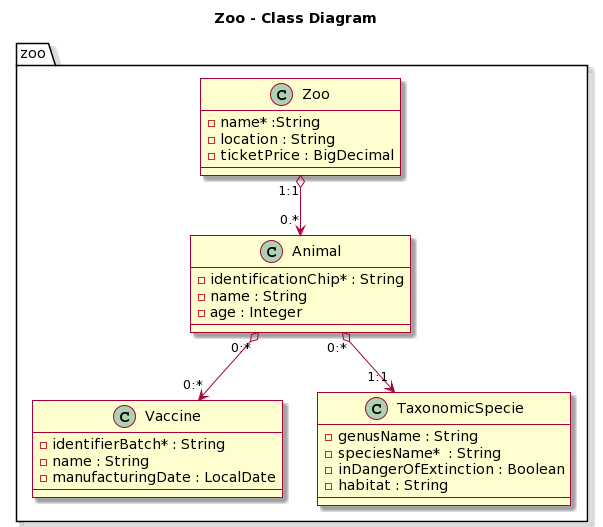
Above: docs/zoo.models.png in wzzzzwwzw/apaw-practice (PlantUML), before the change.
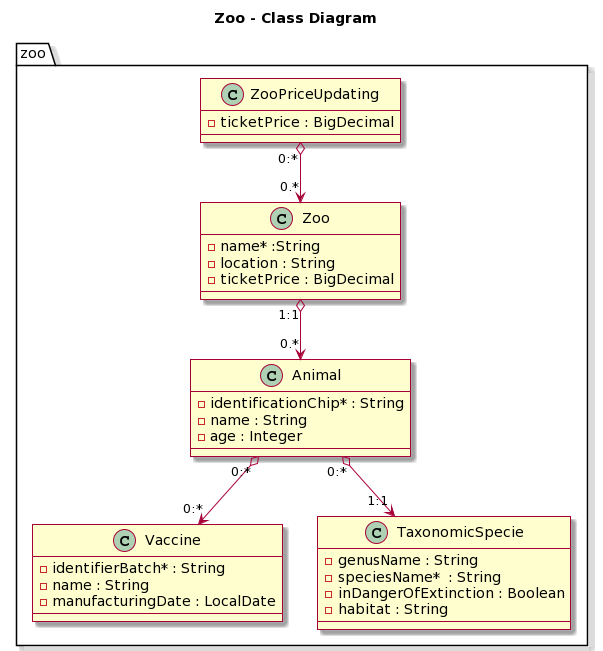
The same diagram one commit later.

The edit, as a diff of the source:
```diff
@@ -5,6 +5,9 @@
 title Zoo - Class Diagram
 
 package  zoo {
+class ZooPriceUpdating{
+-ticketPrice : BigDecimal
+}
   class Zoo
   {
   -name* :String
@@ -30,7 +33,7 @@
   -habitat : String
   }
 }
-
+ZooPriceUpdating "0:*"  o--> "0.*"  Zoo
 Zoo "1:1"  o--> "0.*"  Animal
 Animal "0:*" o--> "1:1" TaxonomicSpecie
 Animal "0:*" o--> "0:*" Vaccine
```
